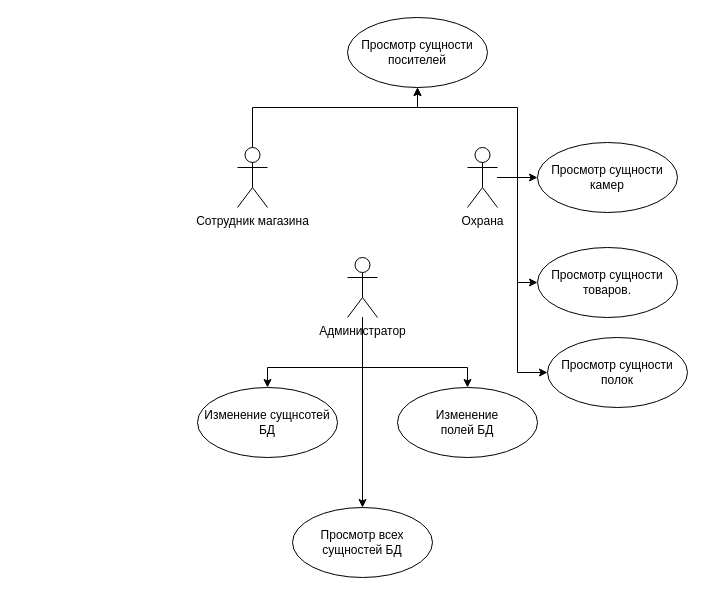
Before: docs/assets/graphs/Use-case.drawio in xanderkov/ics7-db-cw, a draw.io diagram. Source tidied: cells renumbered, new cells numbered last; positions are measured from the earlier drawing's top-left corner, leaving out a move shared by most shapes. Both pictures are drawn from the tidied source at 100%, with x=0, y=0 at pixel (197, 17).
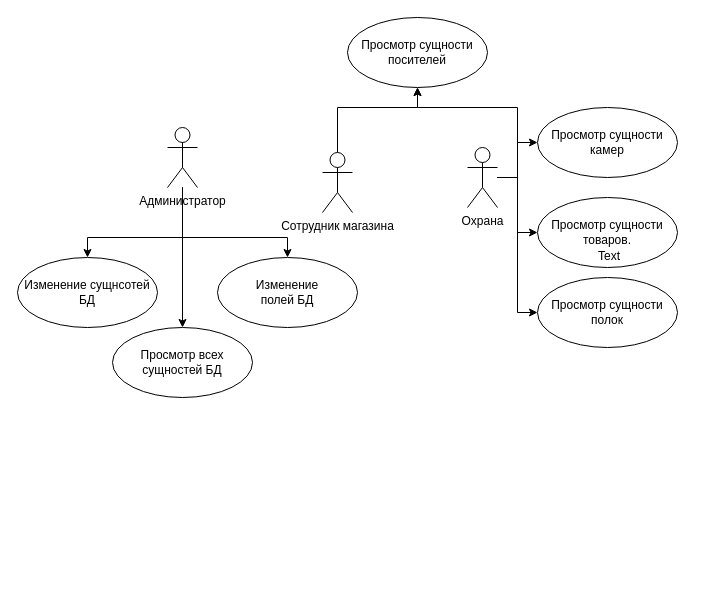
The same diagram, later.

Unchanged cells that the change refers to:
```xml
<mxCell id="8" value="Охрана" style="shape=umlActor;html=1;verticalLabelPosition=bottom;verticalAlign=top;align=center;" parent="1" vertex="1">
  <mxGeometry x="270" y="130" width="30" height="60" as="geometry" />
</mxCell>
<mxCell id="15" value="Просмотр сущности&lt;br&gt;посителей" style="ellipse;whiteSpace=wrap;html=1;" parent="1" vertex="1">
  <mxGeometry x="150" width="140" height="70" as="geometry" />
</mxCell>
```

What changed in the source:
```diff
@@
     <mxCell id="2" style="edgeStyle=orthogonalEdgeStyle;rounded=0;jettySize=auto;html=1;" parent="1" edge="1" source="3" target="15">
       <mxGeometry x="0.75" y="20" relative="1" as="geometry">
         <Array as="points">
-          <mxPoint x="55" y="90" />
+          <mxPoint x="140" y="90" />
           <mxPoint x="220" y="90" />
         </Array>
       </mxGeometry>
     </mxCell>
     <mxCell id="3" value="Сотрудник магазина&lt;br&gt;" style="shape=umlActor;html=1;verticalLabelPosition=bottom;verticalAlign=top;align=center;" parent="1" vertex="1">
-      <mxGeometry x="40" y="130" width="30" height="60" as="geometry" />
+      <mxGeometry x="125" y="135" width="30" height="60" as="geometry" />
     </mxCell>
@@
     <mxCell id="7" style="edgeStyle=orthogonalEdgeStyle;rounded=0;jettySize=auto;html=1;entryX=0;entryY=0.5;entryDx=0;entryDy=0;" parent="1" edge="1" source="8" target="19">
       <mxGeometry relative="1" as="geometry">
         <Array as="points">
           <mxPoint x="320" y="160" />
-          <mxPoint x="320" y="355" />
+          <mxPoint x="320" y="295" />
         </Array>
       </mxGeometry>
     </mxCell>
@@
     <mxCell id="10" style="edgeStyle=orthogonalEdgeStyle;rounded=0;jettySize=auto;html=1;" parent="1" edge="1" source="12" target="14">
       <mxGeometry relative="1" as="geometry">
         <Array as="points">
-          <mxPoint x="165" y="350" />
-          <mxPoint x="270" y="350" />
+          <mxPoint x="-15" y="220" />
+          <mxPoint x="90" y="220" />
         </Array>
       </mxGeometry>
     </mxCell>
     <mxCell id="11" style="edgeStyle=orthogonalEdgeStyle;rounded=0;jettySize=auto;html=1;" parent="1" edge="1" source="12" target="13">
       <mxGeometry relative="1" as="geometry">
         <Array as="points">
-          <mxPoint x="165" y="350" />
-          <mxPoint x="70" y="350" />
+          <mxPoint x="-15" y="220" />
+          <mxPoint x="-110" y="220" />
         </Array>
       </mxGeometry>
     </mxCell>
     <mxCell id="12" value="Администратор&lt;br&gt;" style="shape=umlActor;html=1;verticalLabelPosition=bottom;verticalAlign=top;align=center;" parent="1" vertex="1">
-      <mxGeometry x="150" y="240" width="30" height="60" as="geometry" />
+      <mxGeometry x="-30" y="110" width="30" height="60" as="geometry" />
     </mxCell>
     <mxCell id="13" value="Изменение сущнсотей&lt;br&gt;БД" style="ellipse;whiteSpace=wrap;html=1;" parent="1" vertex="1">
-      <mxGeometry y="370" width="140" height="70" as="geometry" />
+      <mxGeometry x="-180" y="240" width="140" height="70" as="geometry" />
     </mxCell>
     <mxCell id="14" value="Изменение&lt;br&gt;полей БД" style="ellipse;whiteSpace=wrap;html=1;" parent="1" vertex="1">
-      <mxGeometry x="200" y="370" width="140" height="70" as="geometry" />
+      <mxGeometry x="20" y="240" width="140" height="70" as="geometry" />
     </mxCell>
@@
     <mxCell id="16" value="Просмотр всех&lt;br&gt;сущностей БД" style="ellipse;whiteSpace=wrap;html=1;" parent="1" vertex="1">
-      <mxGeometry x="95" y="490" width="140" height="70" as="geometry" />
+      <mxGeometry x="-85" y="310" width="140" height="70" as="geometry" />
     </mxCell>
     <mxCell id="17" value="Просмотр сущности&lt;br&gt;камер" style="ellipse;whiteSpace=wrap;html=1;" parent="1" vertex="1">
-      <mxGeometry x="340" y="125" width="140" height="70" as="geometry" />
+      <mxGeometry x="340" y="90" width="140" height="70" as="geometry" />
     </mxCell>
     <mxCell id="18" value="Просмотр сущности&lt;br&gt;товаров." style="ellipse;whiteSpace=wrap;html=1;" parent="1" vertex="1">
-      <mxGeometry x="340" y="230" width="140" height="70" as="geometry" />
+      <mxGeometry x="340" y="180" width="140" height="70" as="geometry" />
     </mxCell>
     <mxCell id="19" value="Просмотр сущности&lt;br&gt;полок" style="ellipse;whiteSpace=wrap;html=1;" parent="1" vertex="1">
-      <mxGeometry x="350" y="320" width="140" height="70" as="geometry" />
+      <mxGeometry x="340" y="260" width="140" height="70" as="geometry" />
     </mxCell>
+    <mxCell id="20" value="Text" style="text;html=1;align=left;verticalAlign=top;spacingTop=-4;" parent="1" vertex="1">
+      <mxGeometry x="399" y="229" width="40" height="20" as="geometry" />
+    </mxCell>
```
